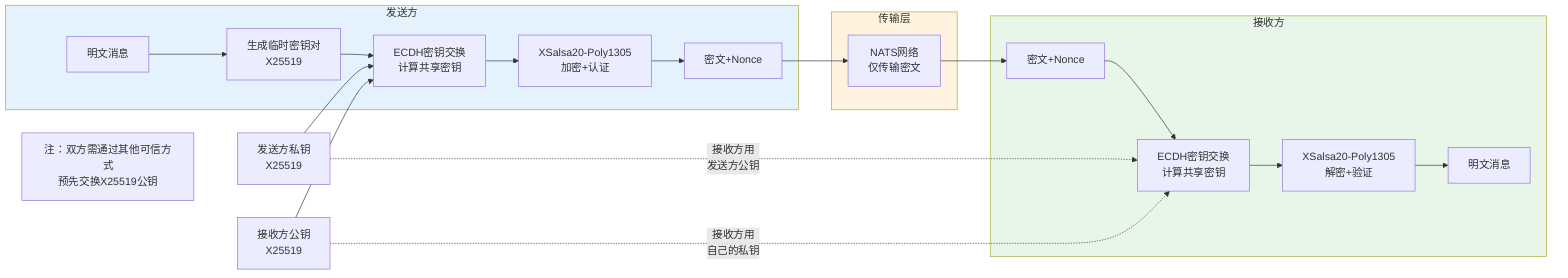
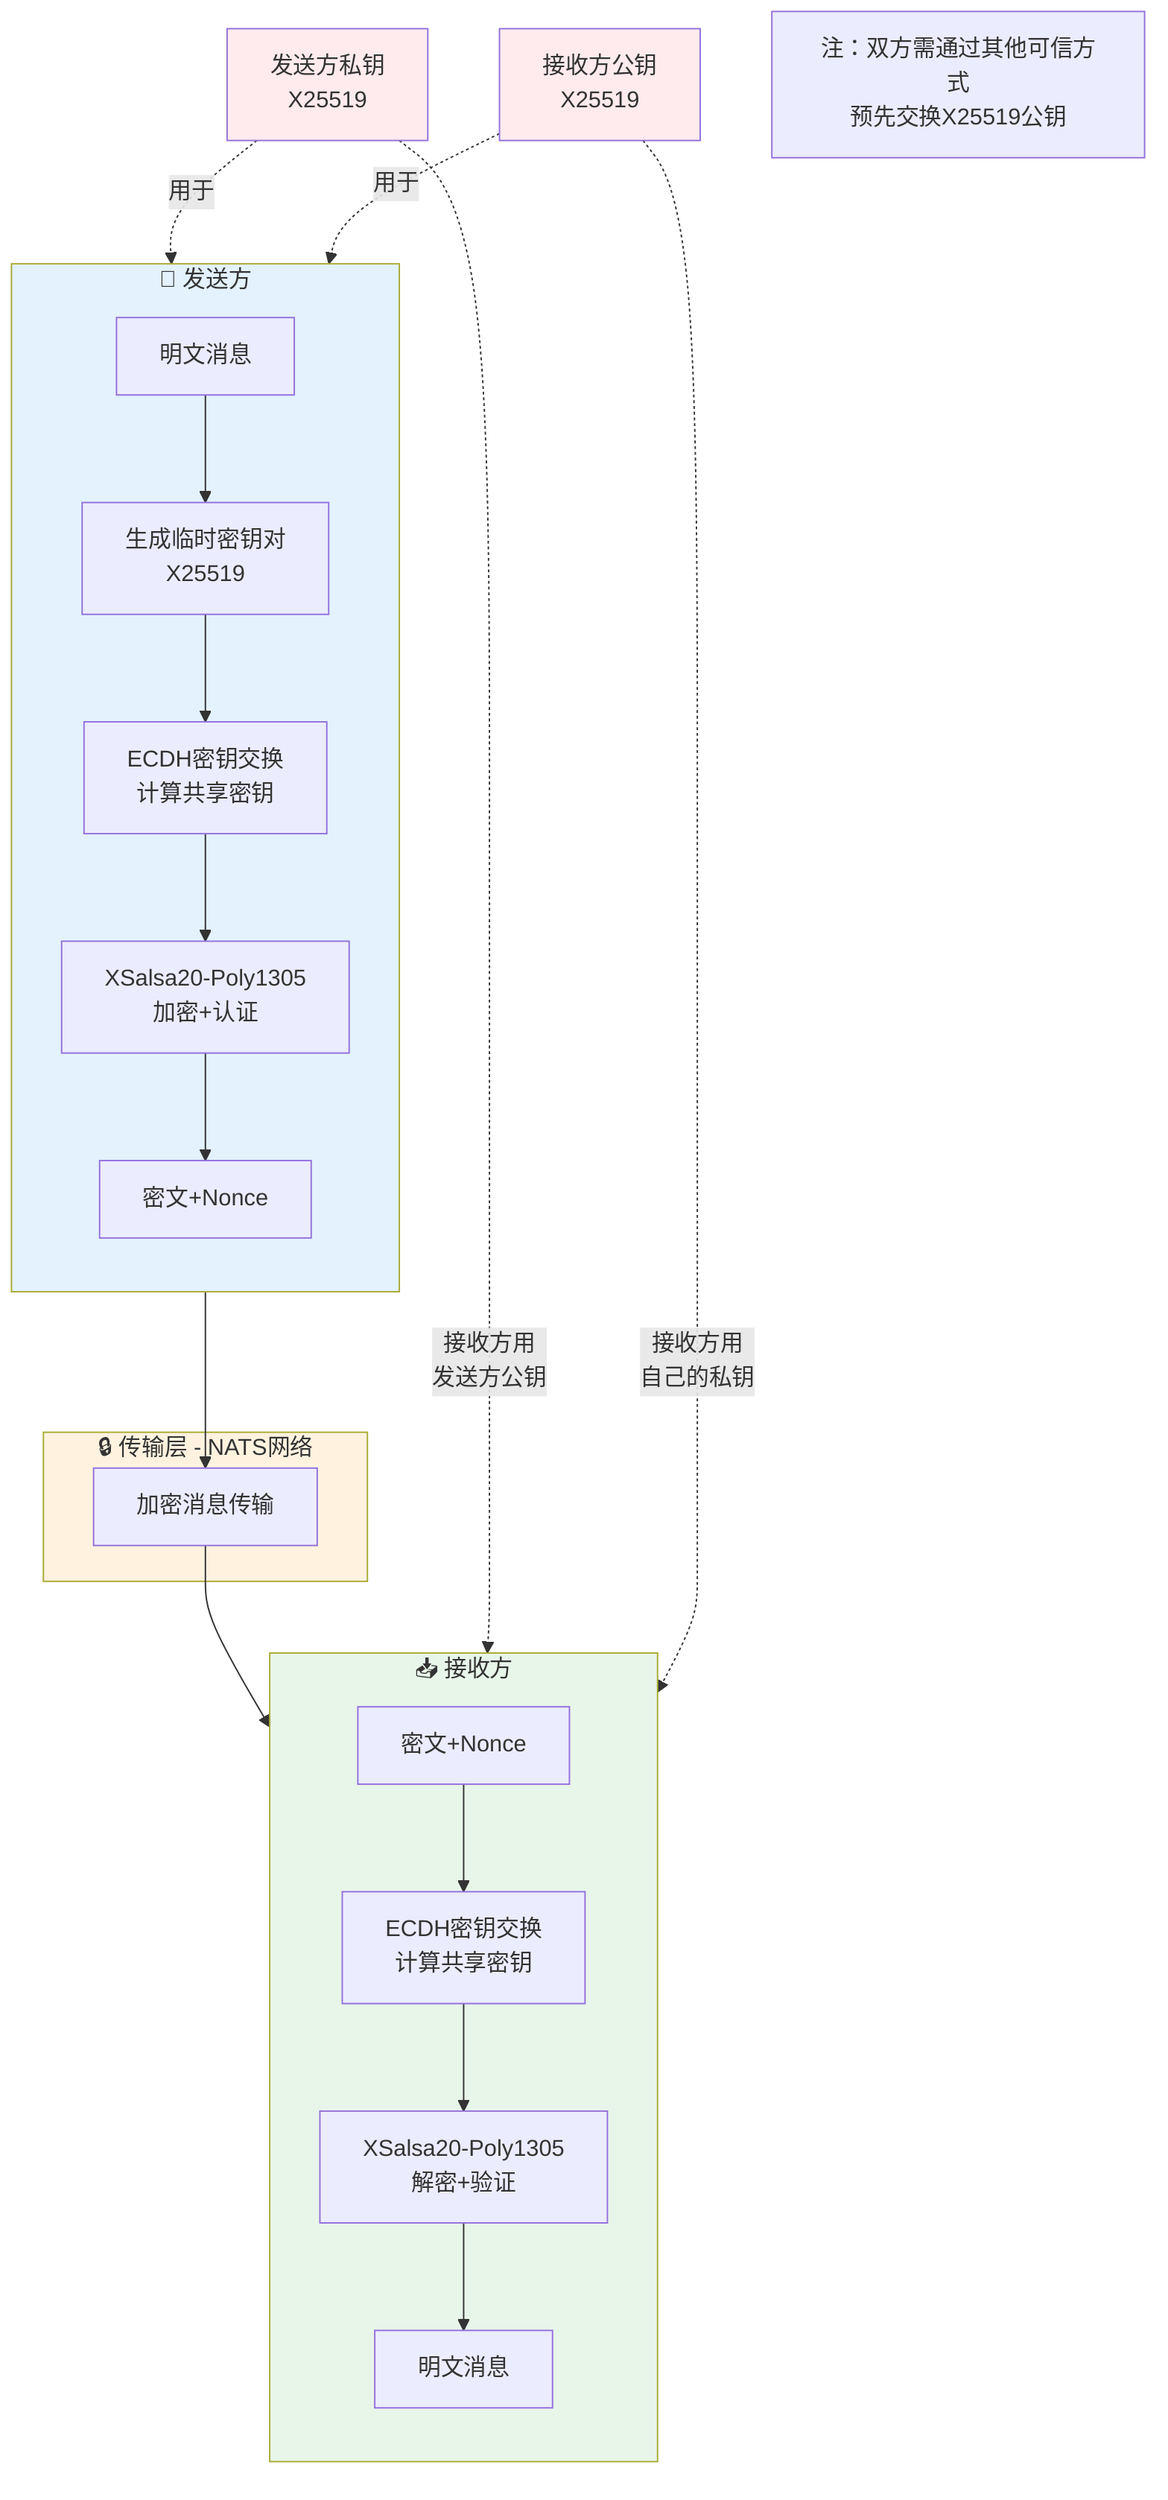
- %% 图5 NaCl Box加密流程（X25519+XSalsa20-Poly1305）
- flowchart LR
-     subgraph 发送方["发送方"]
-         S1[明文消息]
-         S2[生成临时密钥对<br/>X25519]
-         S3[ECDH密钥交换<br/>计算共享密钥]
-         S4[XSalsa20-Poly1305<br/>加密+认证]
-         S5[密文+Nonce]
+ %% 图5 NaCl Box加密流程 - 纵向布局
+ flowchart TB
+     subgraph 发送方["📝 发送方"]
+         direction TB
+         S1["明文消息"] --> S2["生成临时密钥对<br/>X25519"]
+         S2 --> S3["ECDH密钥交换<br/>计算共享密钥"]
+         S3 --> S4["XSalsa20-Poly1305<br/>加密+认证"]
+         S4 --> S5["密文+Nonce"]
    end

-     subgraph 传输["传输层"]
-         T1[NATS网络<br/>仅传输密文]
+     subgraph 传输["🔒 传输层 - NATS网络<br/>仅传输密文"]
+         T1["加密消息传输"]
    end

-     subgraph 接收方["接收方"]
-         R1[密文+Nonce]
-         R2[ECDH密钥交换<br/>计算共享密钥]
-         R3[XSalsa20-Poly1305<br/>解密+验证]
-         R4[明文消息]
+     subgraph 接收方["📥 接收方"]
+         direction TB
+         R1["密文+Nonce"] --> R2["ECDH密钥交换<br/>计算共享密钥"]
+         R2 --> R3["XSalsa20-Poly1305<br/>解密+验证"]
+         R3 --> R4["明文消息"]
    end

    %% 密钥示意
-     SK[发送方私钥<br/>X25519]
-     PK[接收方公钥<br/>X25519]
+     SK["发送方私钥<br/>X25519"]
+     PK["接收方公钥<br/>X25519"]

-     S1 --> S2
-     S2 --> S3
-     SK --> S3
-     PK --> S3
-     S3 --> S4
-     S4 --> S5
    S5 --> T1
    T1 --> R1
-     R1 --> R2
+ 
+     SK -.->|用于| S3
+     PK -.->|用于| S3
    SK -.->|接收方用<br/>发送方公钥| R2
    PK -.->|接收方用<br/>自己的私钥| R2
-     R2 --> R3
-     R3 --> R4

    %% 公钥交换注释
    Note["注：双方需通过其他可信方式<br/>预先交换X25519公钥"]

    style 发送方 fill:#e3f2fd
    style 传输 fill:#fff3e0
    style 接收方 fill:#e8f5e9
+     style SK fill:#ffebee
+     style PK fill:#ffebee
